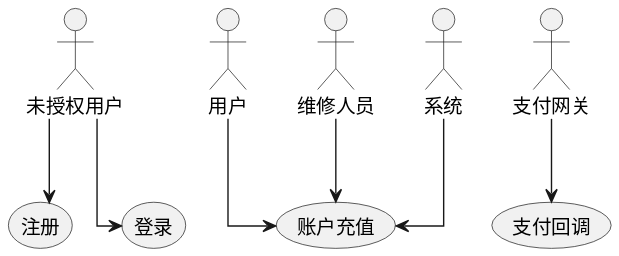
Earlier version of the PlantUML export usecase/docs/backend/img/account_payment.svg (greenhandzdl/charging-station-doc). The source it was exported from:
```plantuml
@startuml
skinparam linetype ortho

actor "未授权用户" as G
actor "用户" as U
actor "维修人员" as M
actor "支付网关" as P
actor "系统" as S

(注册)
(登录)
(账户充值)
(支付回调)

G --> 注册
G --> 登录
U --> 账户充值
M --> 账户充值
P --> 支付回调
S --> 账户充值
@enduml
```
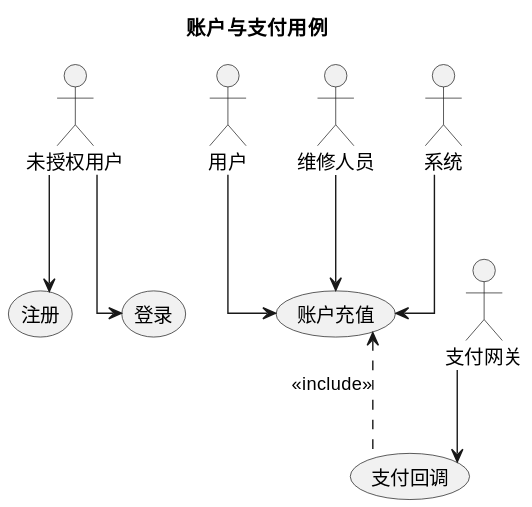
The same diagram one commit later.

What changed in the source:
```diff
@@ -1,4 +1,5 @@
 @startuml
+title 账户与支付用例
 skinparam linetype ortho
 
 actor "未授权用户" as G
@@ -18,4 +19,6 @@
 M --> 账户充值
 P --> 支付回调
 S --> 账户充值
+
+账户充值 <.down. 支付回调 : <<include>>
 @enduml
```
